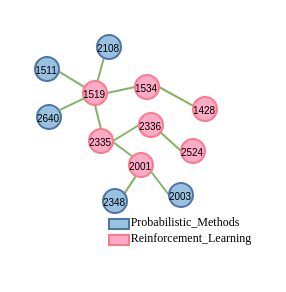
This is 案例分析.drawio from zbyuser/-, a draw.io file, before an edit. Source tidied: cells renumbered, new cells numbered last; positions are measured from the earlier drawing's top-left corner, leaving out a move shared by most shapes. Both pictures are drawn from the tidied source at 200%, with x=0, y=0 at pixel (34, 34).
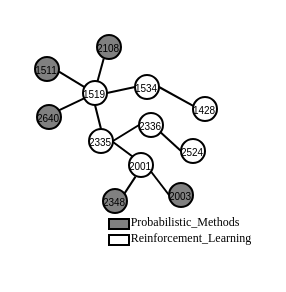
After the change.

Commit message:
更新案例分析.drawio

What changed in the source:
```diff
@@
-    <mxCell id="2" style="edgeStyle=none;rounded=0;jettySize=auto;html=1;exitX=1;exitY=0.611;exitDx=0;exitDy=0;endArrow=none;startFill=0;strokeColor=#82B366;exitPerimeter=0;" parent="1" edge="1" source="3" target="11">
+    <mxCell id="2" style="edgeStyle=none;rounded=0;jettySize=auto;html=1;exitX=1;exitY=0.611;exitDx=0;exitDy=0;endArrow=none;startFill=0;strokeColor=#000000;exitPerimeter=0;" parent="1" edge="1" source="3" target="11">
       <mxGeometry relative="1" as="geometry" />
     </mxCell>
-    <mxCell id="3" value="1511" style="ellipse;whiteSpace=wrap;html=1;fillColor=#99C2E0;strokeColor=#4F75A4;fontSize=5;" parent="1" vertex="1">
+    <mxCell id="3" value="1511" style="ellipse;whiteSpace=wrap;html=1;fillColor=#808080;strokeColor=#000000;fontSize=5;" parent="1" vertex="1">
       <mxGeometry y="11" width="12" height="12" as="geometry" />
     </mxCell>
-    <mxCell id="4" value="2640" style="ellipse;whiteSpace=wrap;html=1;fillColor=#99C2E0;strokeColor=#4F75A4;fontSize=5;" parent="1" vertex="1">
+    <mxCell id="4" value="2640" style="ellipse;whiteSpace=wrap;html=1;fillColor=#808080;strokeColor=#000000;fontSize=5;" parent="1" vertex="1">
       <mxGeometry x="1" y="35" width="12" height="12" as="geometry" />
     </mxCell>
-    <mxCell id="5" style="edgeStyle=none;rounded=0;jettySize=auto;html=1;exitX=0.281;exitY=0.978;exitDx=0;exitDy=0;entryX=0.591;entryY=0.067;entryDx=0;entryDy=0;endArrow=none;startFill=0;strokeColor=#82B366;entryPerimeter=0;exitPerimeter=0;" parent="1" edge="1" source="6" target="11">
+    <mxCell id="5" style="edgeStyle=none;rounded=0;jettySize=auto;html=1;exitX=0.281;exitY=0.978;exitDx=0;exitDy=0;entryX=0.591;entryY=0.067;entryDx=0;entryDy=0;endArrow=none;startFill=0;strokeColor=#000000;entryPerimeter=0;exitPerimeter=0;" parent="1" edge="1" source="6" target="11">
       <mxGeometry relative="1" as="geometry" />
     </mxCell>
-    <mxCell id="6" value="2108" style="ellipse;whiteSpace=wrap;html=1;fillColor=#99C2E0;strokeColor=#4F75A4;fontSize=5;" parent="1" vertex="1">
+    <mxCell id="6" value="2108" style="ellipse;whiteSpace=wrap;html=1;fillColor=#808080;strokeColor=#000000;fontSize=5;" parent="1" vertex="1">
       <mxGeometry x="31" width="12" height="12" as="geometry" />
     </mxCell>
-    <mxCell id="7" style="edgeStyle=none;rounded=0;jettySize=auto;html=1;exitX=0;exitY=0.5;exitDx=0;exitDy=0;entryX=1;entryY=0.5;entryDx=0;entryDy=0;endArrow=none;startFill=0;strokeColor=#82B366;" parent="1" edge="1" source="9" target="11">
+    <mxCell id="7" style="edgeStyle=none;rounded=0;jettySize=auto;html=1;exitX=0;exitY=0.5;exitDx=0;exitDy=0;entryX=1;entryY=0.5;entryDx=0;entryDy=0;endArrow=none;startFill=0;strokeColor=#000000;" parent="1" edge="1" source="9" target="11">
       <mxGeometry relative="1" as="geometry" />
     </mxCell>
-    <mxCell id="8" style="edgeStyle=none;rounded=0;jettySize=auto;html=1;exitX=1;exitY=0.5;exitDx=0;exitDy=0;entryX=0.009;entryY=0.37;entryDx=0;entryDy=0;endArrow=none;startFill=0;strokeColor=#82B366;entryPerimeter=0;" parent="1" edge="1" source="9" target="27">
+    <mxCell id="8" style="edgeStyle=none;rounded=0;jettySize=auto;html=1;exitX=1;exitY=0.5;exitDx=0;exitDy=0;entryX=0.009;entryY=0.37;entryDx=0;entryDy=0;endArrow=none;startFill=0;strokeColor=#000000;entryPerimeter=0;" parent="1" edge="1" source="9" target="27">
       <mxGeometry relative="1" as="geometry" />
     </mxCell>
-    <mxCell id="9" value="1534" style="ellipse;whiteSpace=wrap;html=1;fillColor=#FCAAC5;strokeColor=#FC798C;fontSize=5;" parent="1" vertex="1">
+    <mxCell id="9" value="1534" style="ellipse;whiteSpace=wrap;html=1;fillColor=#FFFFFF;strokeColor=#000000;fontSize=5;" parent="1" vertex="1">
       <mxGeometry x="50" y="20" width="12" height="12" as="geometry" />
     </mxCell>
-    <mxCell id="10" style="edgeStyle=none;rounded=0;jettySize=auto;html=1;exitX=0.5;exitY=1;exitDx=0;exitDy=0;entryX=0.5;entryY=0;entryDx=0;entryDy=0;endArrow=none;startFill=0;strokeColor=#82B366;" parent="1" edge="1" source="11" target="13">
+    <mxCell id="10" style="edgeStyle=none;rounded=0;jettySize=auto;html=1;exitX=0.5;exitY=1;exitDx=0;exitDy=0;entryX=0.5;entryY=0;entryDx=0;entryDy=0;endArrow=none;startFill=0;strokeColor=#000000;" parent="1" edge="1" source="11" target="13">
       <mxGeometry relative="1" as="geometry" />
     </mxCell>
-    <mxCell id="11" value="1519" style="ellipse;whiteSpace=wrap;html=1;fillColor=#FCAAC5;strokeColor=#FC798C;fontSize=5;" parent="1" vertex="1">
+    <mxCell id="11" value="1519" style="ellipse;whiteSpace=wrap;html=1;fillColor=#FFFFFF;strokeColor=#000000;fontSize=5;" parent="1" vertex="1">
       <mxGeometry x="24" y="23" width="12" height="12" as="geometry" />
     </mxCell>
-    <mxCell id="12" style="edgeStyle=none;rounded=0;jettySize=auto;html=1;exitX=1.001;exitY=0.544;exitDx=0;exitDy=0;entryX=0;entryY=0;entryDx=0;entryDy=0;endArrow=none;startFill=0;strokeColor=#82B366;exitPerimeter=0;" parent="1" edge="1" source="13" target="19">
+    <mxCell id="12" style="edgeStyle=none;rounded=0;jettySize=auto;html=1;exitX=1.001;exitY=0.544;exitDx=0;exitDy=0;entryX=0;entryY=0;entryDx=0;entryDy=0;endArrow=none;startFill=0;strokeColor=#000000;exitPerimeter=0;" parent="1" edge="1" source="13" target="19">
       <mxGeometry relative="1" as="geometry" />
     </mxCell>
-    <mxCell id="13" value="2335" style="ellipse;whiteSpace=wrap;html=1;fillColor=#FCAAC5;strokeColor=#FC798C;fontSize=5;" parent="1" vertex="1">
+    <mxCell id="13" value="2335" style="ellipse;whiteSpace=wrap;html=1;fillColor=#FFFFFF;strokeColor=#000000;fontSize=5;" parent="1" vertex="1">
       <mxGeometry x="27" y="47" width="12" height="12" as="geometry" />
     </mxCell>
-    <mxCell id="14" style="rounded=0;whiteSpace=wrap;html=1;fillColor=#99C2E0;strokeColor=#4F75A4;fontSize=9;" parent="1" vertex="1">
+    <mxCell id="14" style="rounded=0;whiteSpace=wrap;html=1;fillColor=#808080;strokeColor=#000000;fontSize=9;" parent="1" vertex="1">
       <mxGeometry x="37" y="92" width="10" height="5" as="geometry" />
     </mxCell>
-    <mxCell id="15" style="rounded=0;whiteSpace=wrap;html=1;fillColor=#FCAAC5;strokeColor=#FC798C;" parent="1" vertex="1">
+    <mxCell id="15" style="rounded=0;whiteSpace=wrap;html=1;fillColor=#FFFFFF;strokeColor=#000000;" parent="1" vertex="1">
       <mxGeometry x="37" y="100" width="10" height="5" as="geometry" />
     </mxCell>
@@
-    <mxCell id="18" style="edgeStyle=none;rounded=0;jettySize=auto;html=1;exitX=0.914;exitY=0.771;exitDx=0;exitDy=0;entryX=0;entryY=0.5;entryDx=0;entryDy=0;endArrow=none;startFill=0;strokeColor=#82B366;exitPerimeter=0;" parent="1" edge="1" source="19" target="20">
+    <mxCell id="18" style="edgeStyle=none;rounded=0;jettySize=auto;html=1;exitX=0.914;exitY=0.771;exitDx=0;exitDy=0;entryX=0;entryY=0.5;entryDx=0;entryDy=0;endArrow=none;startFill=0;strokeColor=#000000;exitPerimeter=0;" parent="1" edge="1" source="19" target="20">
       <mxGeometry relative="1" as="geometry" />
     </mxCell>
-    <mxCell id="19" value="2001" style="ellipse;whiteSpace=wrap;html=1;fillColor=#FCAAC5;strokeColor=#FC798C;fontSize=5;" parent="1" vertex="1">
+    <mxCell id="19" value="2001" style="ellipse;whiteSpace=wrap;html=1;fillColor=#FFFFFF;strokeColor=#000000;fontSize=5;" parent="1" vertex="1">
       <mxGeometry x="47" y="59" width="12" height="12" as="geometry" />
     </mxCell>
-    <mxCell id="20" value="2003" style="ellipse;whiteSpace=wrap;html=1;fillColor=#99C2E0;strokeColor=#4F75A4;fontSize=5;" parent="1" vertex="1">
+    <mxCell id="20" value="2003" style="ellipse;whiteSpace=wrap;html=1;fillColor=#808080;strokeColor=#000000;fontSize=5;" parent="1" vertex="1">
       <mxGeometry x="67" y="74" width="12" height="12" as="geometry" />
     </mxCell>
-    <mxCell id="21" style="edgeStyle=none;rounded=0;jettySize=auto;html=1;exitX=0.884;exitY=0.205;exitDx=0;exitDy=0;endArrow=none;startFill=0;entryX=0.271;entryY=0.985;entryDx=0;entryDy=0;strokeColor=#82B366;exitPerimeter=0;entryPerimeter=0;" parent="1" edge="1" source="22" target="19">
+    <mxCell id="21" style="edgeStyle=none;rounded=0;jettySize=auto;html=1;exitX=0.884;exitY=0.205;exitDx=0;exitDy=0;endArrow=none;startFill=0;entryX=0.271;entryY=0.985;entryDx=0;entryDy=0;strokeColor=#000000;exitPerimeter=0;entryPerimeter=0;" parent="1" edge="1" source="22" target="19">
       <mxGeometry relative="1" as="geometry" />
     </mxCell>
-    <mxCell id="22" value="2348" style="ellipse;whiteSpace=wrap;html=1;fillColor=#99C2E0;strokeColor=#4F75A4;fontSize=5;" parent="1" vertex="1">
+    <mxCell id="22" value="2348" style="ellipse;whiteSpace=wrap;html=1;fillColor=#808080;strokeColor=#000000;fontSize=5;" parent="1" vertex="1">
       <mxGeometry x="34" y="77" width="12" height="12" as="geometry" />
     </mxCell>
-    <mxCell id="23" style="edgeStyle=none;rounded=0;jettySize=auto;html=1;exitX=0;exitY=0.5;exitDx=0;exitDy=0;entryX=1;entryY=0.5;entryDx=0;entryDy=0;endArrow=none;startFill=0;strokeColor=#82B366;" parent="1" edge="1" source="25" target="13">
+    <mxCell id="23" style="edgeStyle=none;rounded=0;jettySize=auto;html=1;exitX=0;exitY=0.5;exitDx=0;exitDy=0;entryX=1;entryY=0.5;entryDx=0;entryDy=0;endArrow=none;startFill=0;strokeColor=#000000;" parent="1" edge="1" source="25" target="13">
       <mxGeometry relative="1" as="geometry" />
     </mxCell>
-    <mxCell id="24" style="edgeStyle=none;rounded=0;jettySize=auto;html=1;exitX=0.895;exitY=0.799;exitDx=0;exitDy=0;entryX=0;entryY=0.5;entryDx=0;entryDy=0;endArrow=none;startFill=0;strokeColor=#82B366;exitPerimeter=0;" parent="1" edge="1" source="25" target="28">
+    <mxCell id="24" style="edgeStyle=none;rounded=0;jettySize=auto;html=1;exitX=0.895;exitY=0.799;exitDx=0;exitDy=0;entryX=0;entryY=0.5;entryDx=0;entryDy=0;endArrow=none;startFill=0;strokeColor=#000000;exitPerimeter=0;" parent="1" edge="1" source="25" target="28">
       <mxGeometry relative="1" as="geometry" />
     </mxCell>
-    <mxCell id="25" value="2336" style="ellipse;whiteSpace=wrap;html=1;fillColor=#FCAAC5;strokeColor=#FC798C;fontSize=5;" parent="1" vertex="1">
+    <mxCell id="25" value="2336" style="ellipse;whiteSpace=wrap;html=1;fillColor=#FFFFFF;strokeColor=#000000;fontSize=5;" parent="1" vertex="1">
       <mxGeometry x="52" y="39" width="12" height="12" as="geometry" />
     </mxCell>
-    <mxCell id="26" style="edgeStyle=none;rounded=0;jettySize=auto;html=1;exitX=0.909;exitY=0.223;exitDx=0;exitDy=0;endArrow=none;startFill=0;entryX=0.046;entryY=0.722;entryDx=0;entryDy=0;entryPerimeter=0;strokeColor=#82B366;exitPerimeter=0;" parent="1" edge="1" source="4" target="11">
+    <mxCell id="26" style="edgeStyle=none;rounded=0;jettySize=auto;html=1;exitX=0.909;exitY=0.223;exitDx=0;exitDy=0;endArrow=none;startFill=0;entryX=0.046;entryY=0.722;entryDx=0;entryDy=0;entryPerimeter=0;strokeColor=#000000;exitPerimeter=0;" parent="1" edge="1" source="4" target="11">
       <mxGeometry relative="1" as="geometry" />
     </mxCell>
-    <mxCell id="27" value="1428" style="ellipse;whiteSpace=wrap;html=1;fillColor=#FCAAC5;strokeColor=#FC798C;fontSize=5;" parent="1" vertex="1">
+    <mxCell id="27" value="1428" style="ellipse;whiteSpace=wrap;html=1;fillColor=#FFFFFF;strokeColor=#000000;fontSize=5;" parent="1" vertex="1">
       <mxGeometry x="79" y="31" width="12" height="12" as="geometry" />
     </mxCell>
-    <mxCell id="28" value="2524" style="ellipse;whiteSpace=wrap;html=1;fillColor=#FCAAC5;strokeColor=#FC798C;fontSize=5;" parent="1" vertex="1">
+    <mxCell id="28" value="2524" style="ellipse;whiteSpace=wrap;html=1;fillColor=#FFFFFF;strokeColor=#000000;fontSize=5;" parent="1" vertex="1">
       <mxGeometry x="73" y="52" width="12" height="12" as="geometry" />
     </mxCell>
```
